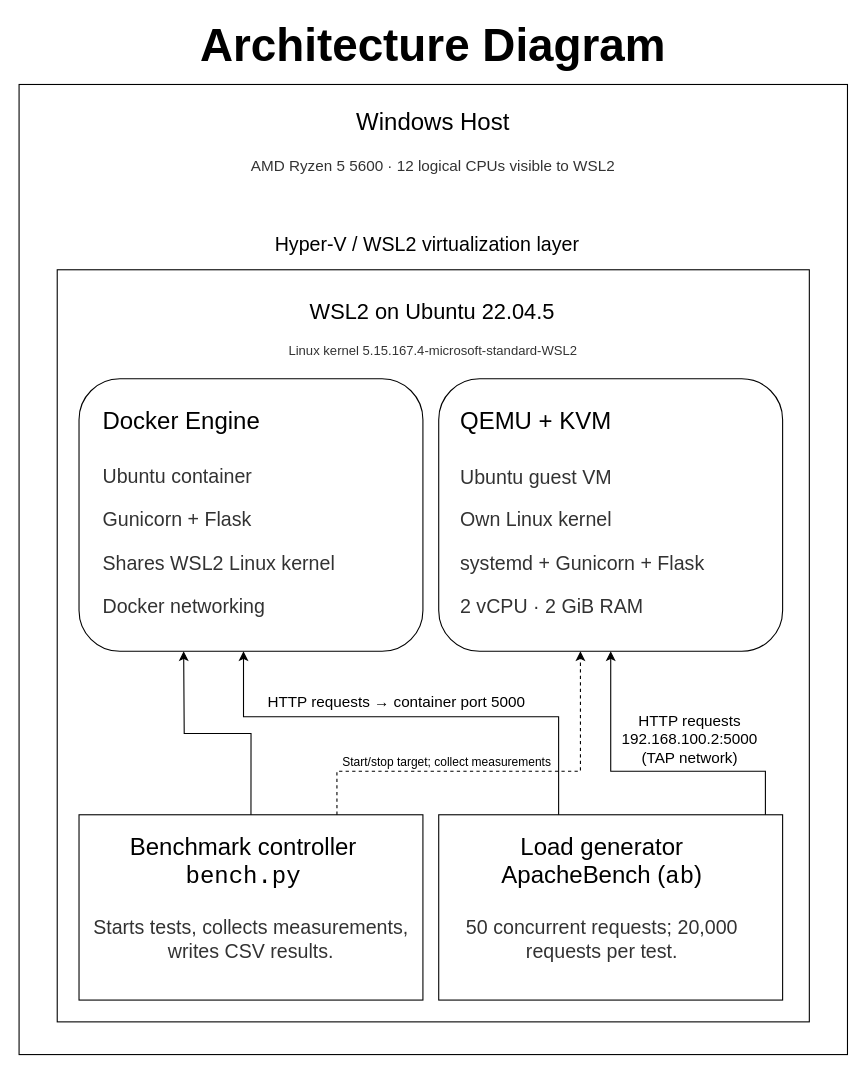
The draw.io diagram report/figures/architecture.drawio in Melovii/virtualisation-benchmark, before the edit. Source tidied: cells renumbered, new cells numbered last; positions are measured from the earlier drawing's top-left corner, leaving out a move shared by most shapes. Both pictures are drawn from the tidied source at 109%, with x=0, y=0 at pixel (19, 29).
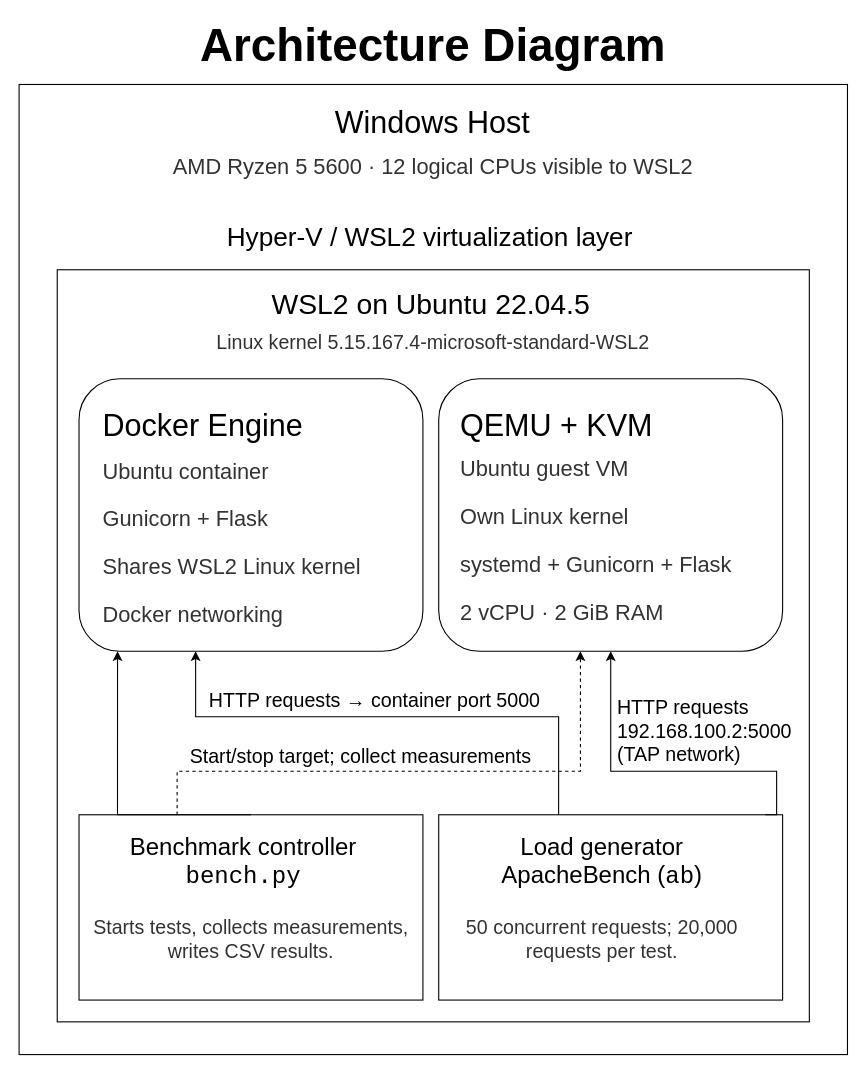
The same diagram, later.

Commit message (it also covers changes not shown here):
update architecture diagram

Unchanged cells that the change refers to:
```xml
<mxCell id="9" style="rounded=1;whiteSpace=wrap;html=1;roundedPerimeter=1;" parent="1" vertex="1">
  <mxGeometry x="55" y="320" width="315.5" height="250" as="geometry" />
</mxCell>
<mxCell id="16" style="rounded=0;whiteSpace=wrap;html=1;" parent="15" vertex="1">
  <mxGeometry width="315.5" height="170" as="geometry" />
</mxCell>
```

Change to the diagram source:
```diff
@@
-    <mxCell id="3" value="Windows Host" style="text;html=1;whiteSpace=wrap;strokeColor=none;fillColor=none;align=center;verticalAlign=middle;rounded=0;fontSize=22;" parent="1" vertex="1">
-      <mxGeometry x="306.9" y="70" width="146.3" height="30" as="geometry" />
+    <mxCell id="3" value="Windows Host" style="text;html=1;whiteSpace=wrap;strokeColor=none;fillColor=none;align=center;verticalAlign=middle;rounded=0;fontSize=28;" parent="1" vertex="1">
+      <mxGeometry x="287.3" y="70" width="185.3" height="30" as="geometry" />
     </mxCell>
-    <mxCell id="4" value="AMD Ryzen 5 5600 · 12 logical CPUs visible to WSL2" style="text;html=1;whiteSpace=wrap;align=center;verticalAlign=middle;rounded=0;opacity=70;opacityGroup=1;textOpacity=80;fontSize=14;" parent="1" vertex="1">
-      <mxGeometry x="210.9" y="110" width="337.8" height="30" as="geometry" />
+    <mxCell id="4" value="AMD Ryzen 5 5600 · 12 logical CPUs visible to WSL2" style="text;html=1;whiteSpace=wrap;align=center;verticalAlign=middle;rounded=0;opacity=70;opacityGroup=1;textOpacity=80;fontSize=20;" parent="1" vertex="1">
+      <mxGeometry x="137.9" y="110" width="484.1" height="30" as="geometry" />
     </mxCell>
-    <mxCell id="5" value="&lt;span&gt;Hyper-V &lt;/span&gt;&lt;span&gt;/ &lt;/span&gt;&lt;span&gt;WSL2 &lt;/span&gt;&lt;span&gt;virtualization &lt;/span&gt;&lt;span&gt;layer&lt;/span&gt;" style="text;whiteSpace=wrap;html=1;fontSize=18;" parent="1" vertex="1">
-      <mxGeometry x="233" y="180" width="293.6" height="40" as="geometry" />
+    <mxCell id="5" value="&lt;span&gt;Hyper-V &lt;/span&gt;&lt;span&gt;/ &lt;/span&gt;&lt;span&gt;WSL2 &lt;/span&gt;&lt;span&gt;virtualization &lt;/span&gt;&lt;span&gt;layer&lt;/span&gt;" style="text;whiteSpace=wrap;html=1;fontSize=24;" parent="1" vertex="1">
+      <mxGeometry x="188.8" y="170" width="382" height="50" as="geometry" />
     </mxCell>
@@
-    <mxCell id="7" value="&lt;span&gt;WSL2 on&lt;/span&gt;&lt;span&gt;&amp;nbsp;&lt;/span&gt;&lt;span&gt;Ubuntu &lt;/span&gt;&lt;span&gt;22.04.5&lt;/span&gt;" style="text;whiteSpace=wrap;html=1;fontSize=20;" parent="1" vertex="1">
-      <mxGeometry x="265" y="240" width="230" height="40" as="geometry" />
+    <mxCell id="7" value="&lt;span&gt;WSL2 on&lt;/span&gt;&lt;span&gt;&amp;nbsp;&lt;/span&gt;&lt;span&gt;Ubuntu &lt;/span&gt;&lt;span&gt;22.04.5&lt;/span&gt;" style="text;whiteSpace=wrap;html=1;fontSize=26;" parent="1" vertex="1">
+      <mxGeometry x="229.7" y="230" width="300" height="40" as="geometry" />
     </mxCell>
-    <mxCell id="8" value="&lt;p&gt;Linux kernel 5.15.167.4-microsoft-standard-WSL2&lt;/p&gt;&lt;div&gt;&lt;p&gt;&lt;/p&gt;&lt;/div&gt;" style="text;html=1;whiteSpace=wrap;align=center;verticalAlign=middle;rounded=0;opacity=70;opacityGroup=1;textOpacity=80;" parent="1" vertex="1">
-      <mxGeometry x="227" y="280" width="305.5" height="30" as="geometry" />
+    <mxCell id="8" value="&lt;p&gt;Linux kernel 5.15.167.4-microsoft-standard-WSL2&lt;/p&gt;&lt;div&gt;&lt;p&gt;&lt;/p&gt;&lt;/div&gt;" style="text;html=1;whiteSpace=wrap;align=center;verticalAlign=middle;rounded=0;opacity=70;opacityGroup=1;textOpacity=80;fontSize=18;" parent="1" vertex="1">
+      <mxGeometry x="180.1" y="272" width="399.8" height="30" as="geometry" />
     </mxCell>
@@
-    <mxCell id="11" value="Docker Engine" style="text;whiteSpace=wrap;html=1;fontSize=22;" parent="1" vertex="1">
-      <mxGeometry x="75" y="340" width="152" height="40" as="geometry" />
+    <mxCell id="11" value="Docker Engine" style="text;whiteSpace=wrap;html=1;fontSize=28;" parent="1" vertex="1">
+      <mxGeometry x="75" y="340" width="219.5" height="40" as="geometry" />
     </mxCell>
-    <mxCell id="12" value="QEMU + KVM" style="text;whiteSpace=wrap;html=1;fontSize=22;" parent="1" vertex="1">
-      <mxGeometry x="403" y="340" width="152" height="40" as="geometry" />
+    <mxCell id="12" value="QEMU + KVM" style="text;whiteSpace=wrap;html=1;fontSize=28;" parent="1" vertex="1">
+      <mxGeometry x="403" y="340" width="219.5" height="40" as="geometry" />
     </mxCell>
-    <mxCell id="13" value="&lt;p&gt;&lt;span style=&quot;background-color: transparent; color: light-dark(rgb(0, 0, 0), rgb(255, 255, 255));&quot;&gt;Ubuntu container&lt;/span&gt;&lt;/p&gt;&lt;p&gt;&lt;span style=&quot;background-color: transparent; color: light-dark(rgb(0, 0, 0), rgb(255, 255, 255));&quot;&gt;Gunicorn &lt;/span&gt;&lt;span style=&quot;background-color: transparent; color: light-dark(rgb(0, 0, 0), rgb(255, 255, 255));&quot;&gt;+ Flask&lt;/span&gt;&lt;/p&gt;&lt;p&gt;&lt;span style=&quot;background-color: transparent; color: light-dark(rgb(0, 0, 0), rgb(255, 255, 255));&quot;&gt;Shares &lt;/span&gt;&lt;span style=&quot;background-color: transparent; color: light-dark(rgb(0, 0, 0), rgb(255, 255, 255));&quot;&gt;WSL2 &lt;/span&gt;&lt;span style=&quot;background-color: transparent; color: light-dark(rgb(0, 0, 0), rgb(255, 255, 255));&quot;&gt;Linux kernel&lt;/span&gt;&lt;/p&gt;&lt;p&gt;&lt;span style=&quot;background-color: transparent; color: light-dark(rgb(0, 0, 0), rgb(255, 255, 255));&quot;&gt;Docker &lt;/span&gt;&lt;span style=&quot;background-color: transparent; color: light-dark(rgb(0, 0, 0), rgb(255, 255, 255));&quot;&gt;networking&lt;/span&gt;&lt;/p&gt;&lt;div&gt;&lt;p&gt;&lt;/p&gt;&lt;/div&gt;" style="text;html=1;whiteSpace=wrap;align=left;verticalAlign=middle;rounded=0;opacity=70;opacityGroup=1;textOpacity=80;fontSize=18;spacingTop=0;" parent="1" vertex="1">
+    <mxCell id="13" value="&lt;p&gt;&lt;span style=&quot;background-color: transparent; color: light-dark(rgb(0, 0, 0), rgb(255, 255, 255));&quot;&gt;Ubuntu container&lt;/span&gt;&lt;/p&gt;&lt;p&gt;&lt;span style=&quot;background-color: transparent; color: light-dark(rgb(0, 0, 0), rgb(255, 255, 255));&quot;&gt;Gunicorn &lt;/span&gt;&lt;span style=&quot;background-color: transparent; color: light-dark(rgb(0, 0, 0), rgb(255, 255, 255));&quot;&gt;+ Flask&lt;/span&gt;&lt;/p&gt;&lt;p&gt;&lt;span style=&quot;background-color: transparent; color: light-dark(rgb(0, 0, 0), rgb(255, 255, 255));&quot;&gt;Shares &lt;/span&gt;&lt;span style=&quot;background-color: transparent; color: light-dark(rgb(0, 0, 0), rgb(255, 255, 255));&quot;&gt;WSL2 &lt;/span&gt;&lt;span style=&quot;background-color: transparent; color: light-dark(rgb(0, 0, 0), rgb(255, 255, 255));&quot;&gt;Linux kernel&lt;/span&gt;&lt;/p&gt;&lt;p&gt;&lt;span style=&quot;background-color: transparent; color: light-dark(rgb(0, 0, 0), rgb(255, 255, 255));&quot;&gt;Docker &lt;/span&gt;&lt;span style=&quot;background-color: transparent; color: light-dark(rgb(0, 0, 0), rgb(255, 255, 255));&quot;&gt;networking&lt;/span&gt;&lt;/p&gt;&lt;div&gt;&lt;p&gt;&lt;/p&gt;&lt;/div&gt;" style="text;html=1;whiteSpace=wrap;align=left;verticalAlign=middle;rounded=0;opacity=70;opacityGroup=1;textOpacity=80;fontSize=20;spacingTop=0;" parent="1" vertex="1">
       <mxGeometry x="75" y="400" width="261.8" height="140" as="geometry" />
     </mxCell>
-    <mxCell id="14" value="&lt;p&gt;Ubuntu guest VM&lt;/p&gt;&lt;p&gt;Own Linux kernel&lt;/p&gt;&lt;p&gt;systemd + Gunicorn + Flask&lt;/p&gt;&lt;p&gt;2 vCPU · 2 GiB RAM&lt;/p&gt;&lt;p&gt;&lt;br&gt;&lt;/p&gt;&lt;div&gt;&lt;p&gt;&lt;/p&gt;&lt;/div&gt;" style="text;html=1;whiteSpace=wrap;align=left;verticalAlign=middle;rounded=0;opacity=70;opacityGroup=1;textOpacity=80;fontSize=18;spacingTop=0;" parent="1" vertex="1">
+    <mxCell id="14" value="&lt;p&gt;Ubuntu guest VM&lt;/p&gt;&lt;p&gt;Own Linux kernel&lt;/p&gt;&lt;p&gt;systemd + Gunicorn + Flask&lt;/p&gt;&lt;p&gt;2 vCPU · 2 GiB RAM&lt;/p&gt;&lt;p&gt;&lt;br&gt;&lt;/p&gt;&lt;div&gt;&lt;p&gt;&lt;/p&gt;&lt;/div&gt;" style="text;html=1;whiteSpace=wrap;align=left;verticalAlign=middle;rounded=0;opacity=70;opacityGroup=1;textOpacity=80;fontSize=20;spacingTop=0;" parent="1" vertex="1">
       <mxGeometry x="403" y="420" width="261.8" height="140" as="geometry" />
     </mxCell>
@@
-    <mxCell id="23" style="edgeStyle=orthogonalEdgeStyle;rounded=0;orthogonalLoop=1;jettySize=auto;html=1;" parent="1" edge="1">
-      <mxGeometry x="-0.11" relative="1" as="geometry">
+    <mxCell id="23" style="edgeStyle=orthogonalEdgeStyle;rounded=0;jettySize=auto;html=1;entryX=0.34;entryY=0.997;entryDx=0;entryDy=0;" parent="1" edge="1" target="9">
+      <mxGeometry x="-0.19" relative="1" as="geometry">
         <mxPoint x="495" y="720" as="sourcePoint" />
-        <mxPoint x="205.9" y="570" as="targetPoint" />
         <Array as="points">
-          <mxPoint x="495" y="720" />
           <mxPoint x="495" y="630" />
-          <mxPoint x="205.9" y="630" />
+          <mxPoint x="162" y="630" />
         </Array>
       </mxGeometry>
     </mxCell>
-    <mxCell id="24" value="HTTP requests → container port 5000" style="edgeLabel;html=1;align=center;verticalAlign=middle;fontSize=14;" parent="23" vertex="1">
-      <mxGeometry x="0.31" y="-3" relative="1" as="geometry">
-        <mxPoint x="48" y="-11" as="offset" />
+    <mxCell id="24" value="HTTP requests → container port 5000" style="edgeLabel;html=1;align=center;verticalAlign=middle;fontSize=18;" parent="23" vertex="1">
+      <mxGeometry x="0.19" y="-3" relative="1" as="geometry">
+        <mxPoint x="27" y="-12" as="offset" />
       </mxGeometry>
     </mxCell>
     <mxCell id="25" style="edgeStyle=orthogonalEdgeStyle;rounded=0;orthogonalLoop=1;jettySize=auto;html=1;" parent="1" edge="1">
-      <mxGeometry x="0.48" relative="1" as="geometry">
+      <mxGeometry x="0.51" relative="1" as="geometry">
         <mxPoint x="684.7" y="720" as="sourcePoint" />
         <mxPoint x="542.8" y="570" as="targetPoint" />
         <Array as="points">
-          <mxPoint x="684.7" y="680" />
+          <mxPoint x="695" y="720" />
+          <mxPoint x="695" y="680" />
           <mxPoint x="542.8" y="680" />
         </Array>
       </mxGeometry>
     </mxCell>
-    <mxCell id="26" value="HTTP requests&lt;div&gt;192.168.100.2:5000&lt;/div&gt;&lt;div&gt;(TAP network)&lt;/div&gt;" style="edgeLabel;html=1;align=center;verticalAlign=middle;fontSize=14;" parent="25" vertex="1">
-      <mxGeometry x="0.52" y="-1" relative="1" as="geometry">
-        <mxPoint x="71" y="11" as="offset" />
+    <mxCell id="26" value="HTTP requests&lt;div&gt;192.168.100.2:5000&lt;/div&gt;&lt;div&gt;(TAP network)&lt;/div&gt;" style="edgeLabel;html=1;align=left;verticalAlign=middle;fontSize=18;labelBackgroundColor=none;" parent="25" vertex="1">
+      <mxGeometry x="0.55" y="-1" relative="1" as="geometry">
+        <mxPoint x="3" y="3" as="offset" />
       </mxGeometry>
     </mxCell>
-    <mxCell id="27" style="edgeStyle=orthogonalEdgeStyle;rounded=0;jettySize=auto;html=1;exitX=0.5;exitY=0;exitDx=0;exitDy=0;" parent="1" edge="1" source="16">
-      <mxGeometry relative="1" as="geometry">
-        <mxPoint x="151" y="570" as="targetPoint" />
+    <mxCell id="27" style="edgeStyle=orthogonalEdgeStyle;rounded=0;jettySize=auto;html=1;exitX=0.5;exitY=0;exitDx=0;exitDy=0;entryX=0.112;entryY=1;entryDx=0;entryDy=0;" parent="1" edge="1" source="16" target="9">
+      <mxGeometry x="-0.22" relative="1" as="geometry">
+        <Array as="points">
+          <mxPoint x="90.3" y="720" />
+        </Array>
       </mxGeometry>
     </mxCell>
-    <mxCell id="28" style="edgeStyle=orthogonalEdgeStyle;rounded=0;jettySize=auto;html=1;exitX=0.75;exitY=0;exitDx=0;exitDy=0;strokeWidth=1;dashed=1;" parent="1" edge="1" source="16">
-      <mxGeometry x="-0.16" relative="1" as="geometry">
+    <mxCell id="28" style="edgeStyle=orthogonalEdgeStyle;rounded=0;orthogonalLoop=1;jettySize=auto;html=1;strokeWidth=1;dashed=1;" parent="1" edge="1">
+      <mxGeometry x="0.17" relative="1" as="geometry">
+        <mxPoint x="145" y="720" as="sourcePoint" />
         <mxPoint x="515" y="570" as="targetPoint" />
         <Array as="points">
           <mxPoint x="291.6" y="680" />
           <mxPoint x="515" y="680" />
           <mxPoint x="515" y="570" />
         </Array>
       </mxGeometry>
     </mxCell>
-    <mxCell id="29" value="&lt;span&gt;Start/stop &lt;/span&gt;&lt;span&gt;target; &lt;/span&gt;&lt;span&gt;collect &lt;/span&gt;&lt;span&gt;measurements&lt;/span&gt;" style="text;whiteSpace=wrap;html=1;fontSize=11;" parent="1" vertex="1">
-      <mxGeometry x="294.5" y="659" width="240" height="40" as="geometry" />
+    <mxCell id="29" value="&lt;span&gt;Start/stop &lt;/span&gt;&lt;span&gt;target; &lt;/span&gt;&lt;span&gt;collect &lt;/span&gt;&lt;span&gt;measurements&lt;/span&gt;" style="text;whiteSpace=wrap;html=1;fontSize=18;" parent="1" vertex="1">
+      <mxGeometry x="155" y="650" width="315.5" height="40" as="geometry" />
     </mxCell>
```
